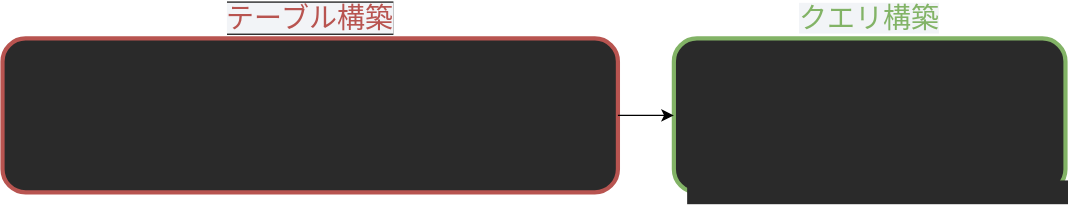
Earlier version of the draw.io export trap-lt/use-flow.drawio.svg (mazrean/slides). Source tidied: cells renumbered, new cells last; positions are measured from the earlier drawing's top-left corner, leaving out a move shared by most shapes.
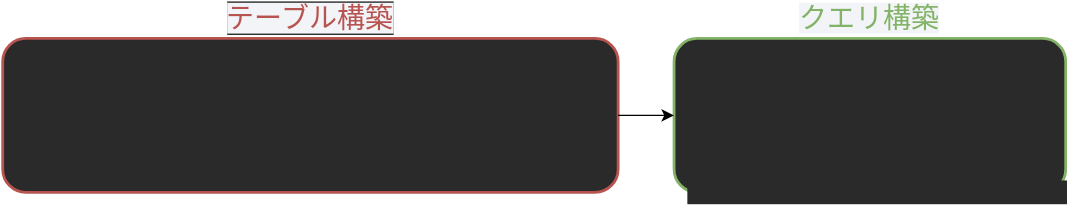
The same diagram one commit later.

What changed in the source:
```diff
@@ -2,13 +2,13 @@
   <root>
     <mxCell id="0" />
     <mxCell id="1" parent="0" />
-    <mxCell id="2" value="&lt;font style=&quot;font-size: 20px ; background-color: rgb(242 , 244 , 247)&quot; color=&quot;#b85450&quot;&gt;テーブル構築&lt;/font&gt;" style="rounded=1;whiteSpace=wrap;html=1;labelPosition=center;verticalLabelPosition=top;align=center;verticalAlign=bottom;fillColor=#2A2A2A;strokeColor=#b85450;labelBackgroundColor=#2A2A2A;strokeWidth=3;" parent="1" vertex="1">
+    <mxCell id="2" value="&lt;font style=&quot;font-size: 20px ; background-color: rgb(242 , 244 , 247)&quot; color=&quot;#b85450&quot;&gt;テーブル構築&lt;/font&gt;" style="rounded=1;whiteSpace=wrap;html=1;labelPosition=center;verticalLabelPosition=top;align=center;verticalAlign=bottom;fillColor=#2A2A2A;strokeColor=#b85450;labelBackgroundColor=#2A2A2A;strokeWidth=2;" parent="1" vertex="1">
       <mxGeometry y="20" width="440" height="110" as="geometry" />
     </mxCell>
     <mxCell id="3" value="&lt;pre style=&quot;color: rgb(255 , 255 , 255) ; font-family: &amp;quot;ricty diminished&amp;quot; , &amp;quot;menlo&amp;quot; , &amp;quot;monaco&amp;quot; , &amp;quot;courier new&amp;quot; , monospace ; font-weight: normal ; font-size: 15px ; line-height: 23px&quot;&gt;&lt;div&gt;&lt;span style=&quot;&quot;&gt;&lt;span style=&quot;color: #ffffff&quot;&gt;table &lt;/span&gt;&lt;span style=&quot;color: #ff3f4f ; font-style: italic&quot;&gt;:=&lt;/span&gt;&lt;span style=&quot;color: #ffffff&quot;&gt; orm.&lt;/span&gt;&lt;span style=&quot;color: #0cfa2f&quot;&gt;User&lt;/span&gt;&lt;span style=&quot;color: #ffffff&quot;&gt;().&lt;/span&gt;&lt;/span&gt;&lt;/div&gt;&lt;div&gt;&lt;span style=&quot;&quot;&gt;&lt;span style=&quot;color: #ffffff&quot;&gt;    &lt;/span&gt;&lt;span style=&quot;color: #0cfa2f&quot;&gt;Message&lt;/span&gt;&lt;span style=&quot;color: #ffffff&quot;&gt;().&lt;/span&gt;&lt;span style=&quot;color: #0cfa2f&quot;&gt;Join&lt;/span&gt;&lt;span style=&quot;color: #ffffff&quot;&gt;(genorm.&lt;/span&gt;&lt;span style=&quot;color: #0cfa2f&quot;&gt;Eq&lt;/span&gt;&lt;span style=&quot;color: #ffffff&quot;&gt;(userIDExpr, messageUserID))&lt;/span&gt;&lt;/span&gt;&lt;/div&gt;&lt;/pre&gt;" style="text;whiteSpace=wrap;html=1;fontSize=20;labelBackgroundColor=none;fillColor=none;" parent="1" vertex="1">
       <mxGeometry x="10" y="35" width="420" height="80" as="geometry" />
     </mxCell>
-    <mxCell id="4" value="&lt;span style=&quot;background-color: rgb(242 , 244 , 247)&quot;&gt;クエリ構築&lt;/span&gt;" style="rounded=1;whiteSpace=wrap;html=1;labelBackgroundColor=default;fontSize=20;fillColor=#2A2A2A;strokeColor=#82b366;labelPosition=center;verticalLabelPosition=top;align=center;verticalAlign=bottom;fontColor=#82B366;strokeWidth=3;" parent="1" vertex="1">
+    <mxCell id="4" value="&lt;span style=&quot;background-color: rgb(242 , 244 , 247)&quot;&gt;クエリ構築&lt;/span&gt;" style="rounded=1;whiteSpace=wrap;html=1;labelBackgroundColor=default;fontSize=20;fillColor=#2A2A2A;strokeColor=#82b366;labelPosition=center;verticalLabelPosition=top;align=center;verticalAlign=bottom;fontColor=#82B366;strokeWidth=2;" parent="1" vertex="1">
       <mxGeometry x="480" y="20" width="280" height="110" as="geometry" />
     </mxCell>
     <mxCell id="5" value="&lt;pre style=&quot;color: rgb(255 , 255 , 255) ; font-family: &amp;#34;ricty diminished&amp;#34; , &amp;#34;menlo&amp;#34; , &amp;#34;monaco&amp;#34; , &amp;#34;courier new&amp;#34; , monospace ; line-height: 23px&quot;&gt;&lt;div style=&quot;font-size: 15px ; font-weight: normal&quot;&gt;&lt;span style=&quot;background-color: rgb(42 , 42 , 42)&quot;&gt;&lt;span style=&quot;color: rgb(255 , 255 , 255)&quot;&gt;messageUserValues, err &lt;/span&gt;&lt;span style=&quot;color: rgb(255 , 63 , 79) ; font-style: italic&quot;&gt;:=&lt;/span&gt;&lt;span style=&quot;color: rgb(255 , 255 , 255)&quot;&gt; genorm.&lt;/span&gt;&lt;/span&gt;&lt;/div&gt;&lt;div&gt;&lt;span style=&quot;background-color: rgb(42 , 42 , 42)&quot;&gt;&lt;span style=&quot;font-size: 15px ; font-weight: normal ; color: rgb(255 , 255 , 255)&quot;&gt;  &lt;/span&gt;&lt;span style=&quot;font-size: 15px ; font-weight: normal ; color: rgb(12 , 250 , 47)&quot;&gt;Select&lt;/span&gt;&lt;span style=&quot;color: rgb(255 , 255 , 255)&quot;&gt;&lt;span style=&quot;font-size: 15px&quot;&gt;(&lt;/span&gt;&lt;b&gt;&lt;font style=&quot;font-size: 15px&quot;&gt;&lt;u&gt;table&lt;/u&gt;&lt;/font&gt;&lt;/b&gt;&lt;span style=&quot;font-size: 15px&quot;&gt;).&lt;/span&gt;&lt;/span&gt;&lt;/span&gt;&lt;/div&gt;&lt;div style=&quot;font-size: 15px ; font-weight: normal&quot;&gt;&lt;span style=&quot;background-color: rgb(42 , 42 , 42)&quot;&gt;&lt;span style=&quot;color: #ffffff&quot;&gt;  &lt;/span&gt;&lt;span style=&quot;color: #0cfa2f&quot;&gt;Fields&lt;/span&gt;&lt;span style=&quot;color: #ffffff&quot;&gt;(userName, messageContent).&lt;/span&gt;&lt;/span&gt;&lt;/div&gt;&lt;div style=&quot;font-size: 15px ; font-weight: normal&quot;&gt;&lt;span style=&quot;background-color: rgb(42 , 42 , 42)&quot;&gt;&lt;span style=&quot;color: rgb(255 , 255 , 255)&quot;&gt;  &lt;/span&gt;&lt;span style=&quot;color: rgb(12 , 250 , 47)&quot;&gt;GetAll&lt;/span&gt;&lt;span style=&quot;color: rgb(255 , 255 , 255)&quot;&gt;(db)&lt;/span&gt;&lt;/span&gt;&lt;/div&gt;&lt;/pre&gt;" style="text;whiteSpace=wrap;html=1;fontSize=20;fontColor=#B85450;fillColor=none;" parent="1" vertex="1">
```
